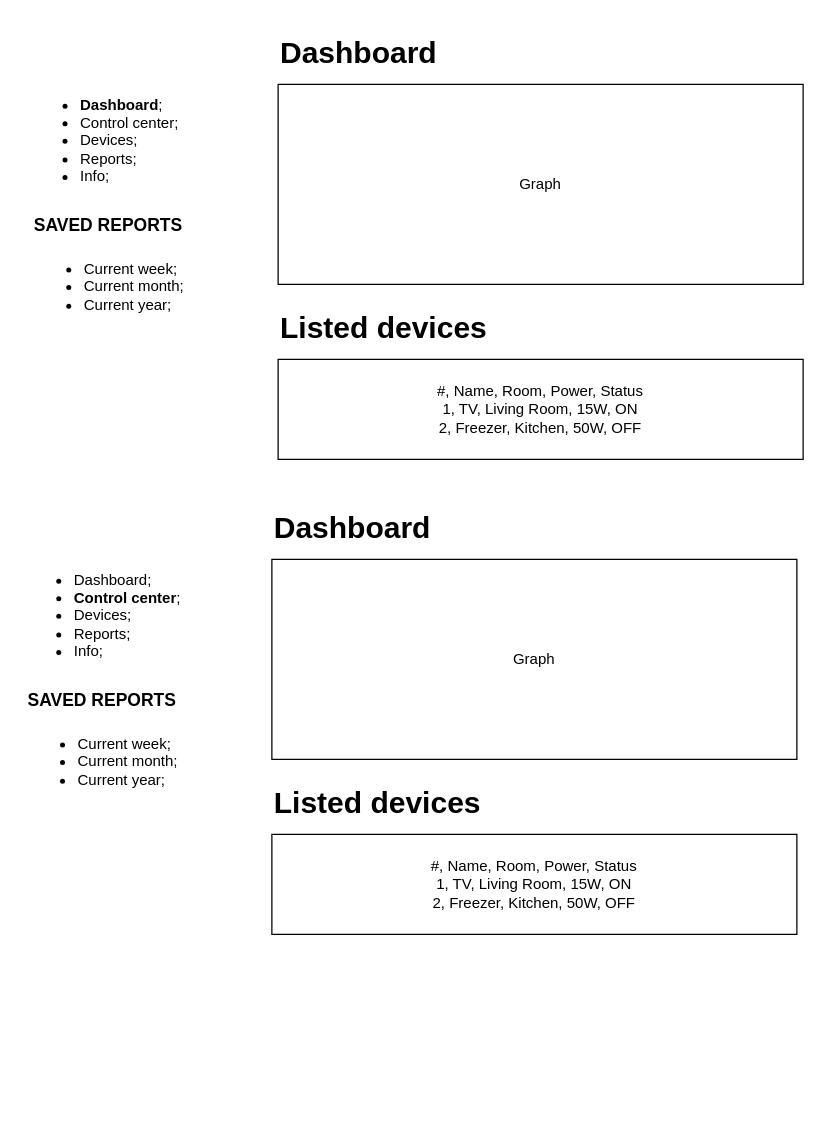
The draw.io diagram page "dashboard" (2 of 2) of IoT/iot.drawio in Lwao/SEII-LevyGabriel, before the edit. Source tidied: cells renumbered, new cells numbered last; positions are measured from the earlier drawing's top-left corner, leaving out a move shared by most shapes. Both pictures are drawn from the tidied source at 125%, with x=0, y=0 at pixel (21, 21).
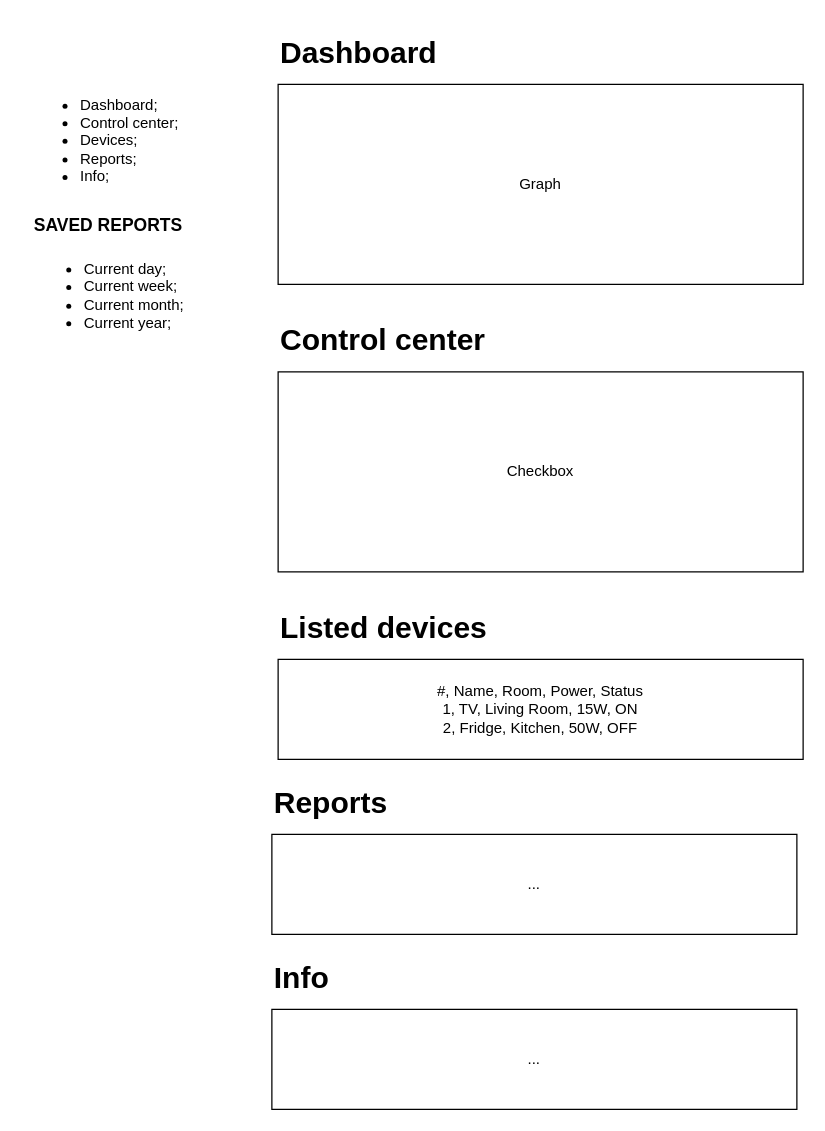
The same page after the edit.

Commit message (it also covers changes not shown here):
control center Checkboxes

What changed in the source:
```diff
@@
 <mxGraphModel>
   <root>
     <mxCell id="0" />
     <mxCell id="1" parent="0" />
-    <mxCell id="2" value="&lt;ul&gt;&lt;li&gt;&lt;b&gt;Dashboard&lt;/b&gt;;&lt;/li&gt;&lt;li&gt;Control center;&lt;/li&gt;&lt;li&gt;Devices;&lt;/li&gt;&lt;li&gt;Reports;&lt;/li&gt;&lt;li&gt;Info;&lt;/li&gt;&lt;/ul&gt;" style="text;html=1;strokeColor=none;fillColor=none;align=left;verticalAlign=middle;whiteSpace=wrap;rounded=0;" parent="1" vertex="1">
+    <mxCell id="2" value="&lt;ul&gt;&lt;li&gt;Dashboard;&lt;/li&gt;&lt;li&gt;Control center;&lt;/li&gt;&lt;li&gt;Devices;&lt;/li&gt;&lt;li&gt;Reports;&lt;/li&gt;&lt;li&gt;Info;&lt;/li&gt;&lt;/ul&gt;" style="text;html=1;strokeColor=none;fillColor=none;align=left;verticalAlign=middle;whiteSpace=wrap;rounded=0;" parent="1" vertex="1">
       <mxGeometry x="5" y="60" width="140" height="70" as="geometry" />
     </mxCell>
-    <mxCell id="3" value="&lt;h1&gt;&lt;font style=&quot;font-size: 14px&quot;&gt;SAVED REPORTS&lt;/font&gt;&lt;/h1&gt;&lt;ul&gt;&lt;li&gt;Current week;&lt;/li&gt;&lt;li&gt;Current month;&lt;/li&gt;&lt;li&gt;Current year;&lt;/li&gt;&lt;/ul&gt;" style="text;html=1;strokeColor=none;fillColor=none;spacing=5;spacingTop=-20;whiteSpace=wrap;overflow=hidden;rounded=0;" parent="1" vertex="1">
+    <mxCell id="3" value="&lt;h1&gt;&lt;font style=&quot;font-size: 14px&quot;&gt;SAVED REPORTS&lt;/font&gt;&lt;/h1&gt;&lt;ul&gt;&lt;li&gt;Current day;&lt;/li&gt;&lt;li&gt;Current week;&lt;/li&gt;&lt;li&gt;Current month;&lt;/li&gt;&lt;li&gt;Current year;&lt;/li&gt;&lt;/ul&gt;" style="text;html=1;strokeColor=none;fillColor=none;spacing=5;spacingTop=-20;whiteSpace=wrap;overflow=hidden;rounded=0;" parent="1" vertex="1">
       <mxGeometry x="5" y="140" width="140" height="120" as="geometry" />
     </mxCell>
     <mxCell id="4" value="&lt;b&gt;&lt;font style=&quot;font-size: 24px&quot;&gt;Dashboard&lt;/font&gt;&lt;/b&gt;" style="text;html=1;strokeColor=none;fillColor=none;align=left;verticalAlign=middle;whiteSpace=wrap;rounded=0;" parent="1" vertex="1">
       <mxGeometry x="205" width="150" height="50" as="geometry" />
     </mxCell>
     <mxCell id="5" value="Graph" style="rounded=0;whiteSpace=wrap;html=1;strokeColor=#000000;fillColor=#ffffff;" parent="1" vertex="1">
       <mxGeometry x="205" y="50" width="420" height="160" as="geometry" />
     </mxCell>
     <mxCell id="6" value="&lt;b&gt;&lt;font style=&quot;font-size: 24px&quot;&gt;Listed devices&lt;/font&gt;&lt;/b&gt;" style="text;html=1;strokeColor=none;fillColor=none;align=left;verticalAlign=middle;whiteSpace=wrap;rounded=0;" parent="1" vertex="1">
-      <mxGeometry x="205" y="220" width="210" height="50" as="geometry" />
+      <mxGeometry x="205" y="460" width="210" height="50" as="geometry" />
     </mxCell>
-    <mxCell id="7" value="#, Name, Room, Power, Status&lt;br&gt;1, TV, Living Room, 15W, ON&lt;br&gt;2, Freezer, Kitchen, 50W, OFF" style="rounded=0;whiteSpace=wrap;html=1;strokeColor=#000000;fillColor=#ffffff;" parent="1" vertex="1">
-      <mxGeometry x="205" y="270" width="420" height="80" as="geometry" />
+    <mxCell id="7" value="#, Name, Room, Power, Status&lt;br&gt;1, TV, Living Room, 15W, ON&lt;br&gt;2, Fridge, Kitchen, 50W, OFF" style="rounded=0;whiteSpace=wrap;html=1;strokeColor=#000000;fillColor=#ffffff;" parent="1" vertex="1">
+      <mxGeometry x="205" y="510" width="420" height="80" as="geometry" />
     </mxCell>
-    <mxCell id="8" value="&lt;ul&gt;&lt;li&gt;Dashboard;&lt;/li&gt;&lt;li&gt;&lt;b&gt;Control center&lt;/b&gt;;&lt;/li&gt;&lt;li&gt;Devices;&lt;/li&gt;&lt;li&gt;Reports;&lt;/li&gt;&lt;li&gt;Info;&lt;/li&gt;&lt;/ul&gt;" style="text;html=1;strokeColor=none;fillColor=none;align=left;verticalAlign=middle;whiteSpace=wrap;rounded=0;" parent="1" vertex="1">
-      <mxGeometry y="440" width="140" height="70" as="geometry" />
-    </mxCell>
-    <mxCell id="9" value="&lt;h1&gt;&lt;font style=&quot;font-size: 14px&quot;&gt;SAVED REPORTS&lt;/font&gt;&lt;/h1&gt;&lt;ul&gt;&lt;li&gt;Current week;&lt;/li&gt;&lt;li&gt;Current month;&lt;/li&gt;&lt;li&gt;Current year;&lt;/li&gt;&lt;/ul&gt;" style="text;html=1;strokeColor=none;fillColor=none;spacing=5;spacingTop=-20;whiteSpace=wrap;overflow=hidden;rounded=0;" parent="1" vertex="1">
-      <mxGeometry y="520" width="140" height="120" as="geometry" />
-    </mxCell>
-    <mxCell id="10" value="&lt;b&gt;&lt;font style=&quot;font-size: 24px&quot;&gt;Dashboard&lt;/font&gt;&lt;/b&gt;" style="text;html=1;strokeColor=none;fillColor=none;align=left;verticalAlign=middle;whiteSpace=wrap;rounded=0;" parent="1" vertex="1">
-      <mxGeometry x="200" y="380" width="150" height="50" as="geometry" />
+    <mxCell id="10" value="&lt;b&gt;&lt;font style=&quot;font-size: 24px&quot;&gt;Control center&lt;/font&gt;&lt;/b&gt;" style="text;html=1;strokeColor=none;fillColor=none;align=left;verticalAlign=middle;whiteSpace=wrap;rounded=0;" parent="1" vertex="1">
+      <mxGeometry x="205" y="230" width="195" height="50" as="geometry" />
     </mxCell>
-    <mxCell id="11" value="Graph" style="rounded=0;whiteSpace=wrap;html=1;strokeColor=#000000;fillColor=#ffffff;" parent="1" vertex="1">
-      <mxGeometry x="200" y="430" width="420" height="160" as="geometry" />
+    <mxCell id="11" value="Checkbox" style="rounded=0;whiteSpace=wrap;html=1;strokeColor=#000000;fillColor=#ffffff;" parent="1" vertex="1">
+      <mxGeometry x="205" y="280" width="420" height="160" as="geometry" />
     </mxCell>
-    <mxCell id="12" value="&lt;b&gt;&lt;font style=&quot;font-size: 24px&quot;&gt;Listed devices&lt;/font&gt;&lt;/b&gt;" style="text;html=1;strokeColor=none;fillColor=none;align=left;verticalAlign=middle;whiteSpace=wrap;rounded=0;" parent="1" vertex="1">
+    <mxCell id="12" value="&lt;b&gt;&lt;font style=&quot;font-size: 24px&quot;&gt;Reports&lt;/font&gt;&lt;/b&gt;" style="text;html=1;strokeColor=none;fillColor=none;align=left;verticalAlign=middle;whiteSpace=wrap;rounded=0;" parent="1" vertex="1">
       <mxGeometry x="200" y="600" width="210" height="50" as="geometry" />
     </mxCell>
-    <mxCell id="13" value="#, Name, Room, Power, Status&lt;br&gt;1, TV, Living Room, 15W, ON&lt;br&gt;2, Freezer, Kitchen, 50W, OFF" style="rounded=0;whiteSpace=wrap;html=1;strokeColor=#000000;fillColor=#ffffff;" parent="1" vertex="1">
+    <mxCell id="13" value="..." style="rounded=0;whiteSpace=wrap;html=1;strokeColor=#000000;fillColor=#ffffff;" parent="1" vertex="1">
       <mxGeometry x="200" y="650" width="420" height="80" as="geometry" />
     </mxCell>
+    <mxCell id="14" value="&lt;b&gt;&lt;font style=&quot;font-size: 24px&quot;&gt;Info&lt;/font&gt;&lt;/b&gt;" style="text;html=1;strokeColor=none;fillColor=none;align=left;verticalAlign=middle;whiteSpace=wrap;rounded=0;" parent="1" vertex="1">
+      <mxGeometry x="200" y="740" width="210" height="50" as="geometry" />
+    </mxCell>
+    <mxCell id="15" value="..." style="rounded=0;whiteSpace=wrap;html=1;strokeColor=#000000;fillColor=#ffffff;" parent="1" vertex="1">
+      <mxGeometry x="200" y="790" width="420" height="80" as="geometry" />
+    </mxCell>
   </root>
 </mxGraphModel>
```
